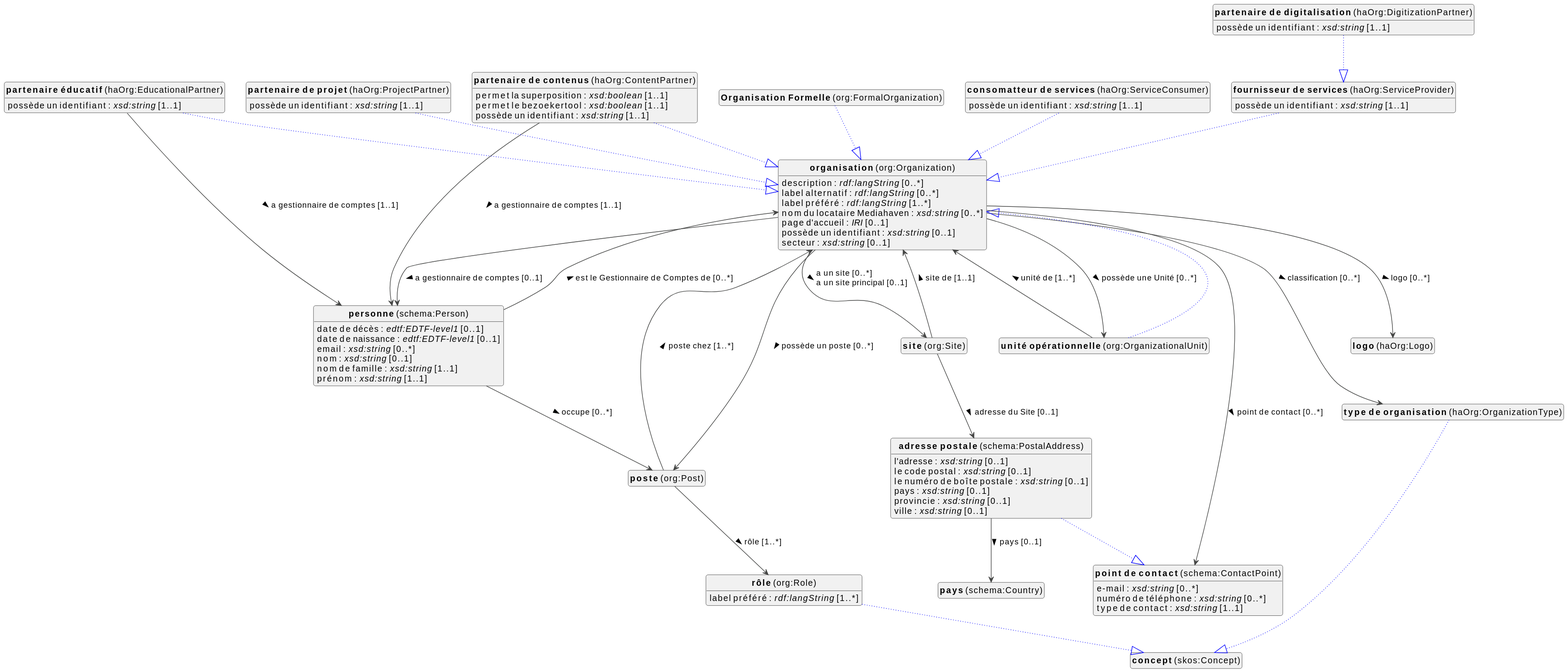
This is docs/metadata/knowledge-graph/0.0.1/organization/fr/organization-diagram.svg from viaacode/documentation-jekyll, a PlantUML export, as it was before one commit.
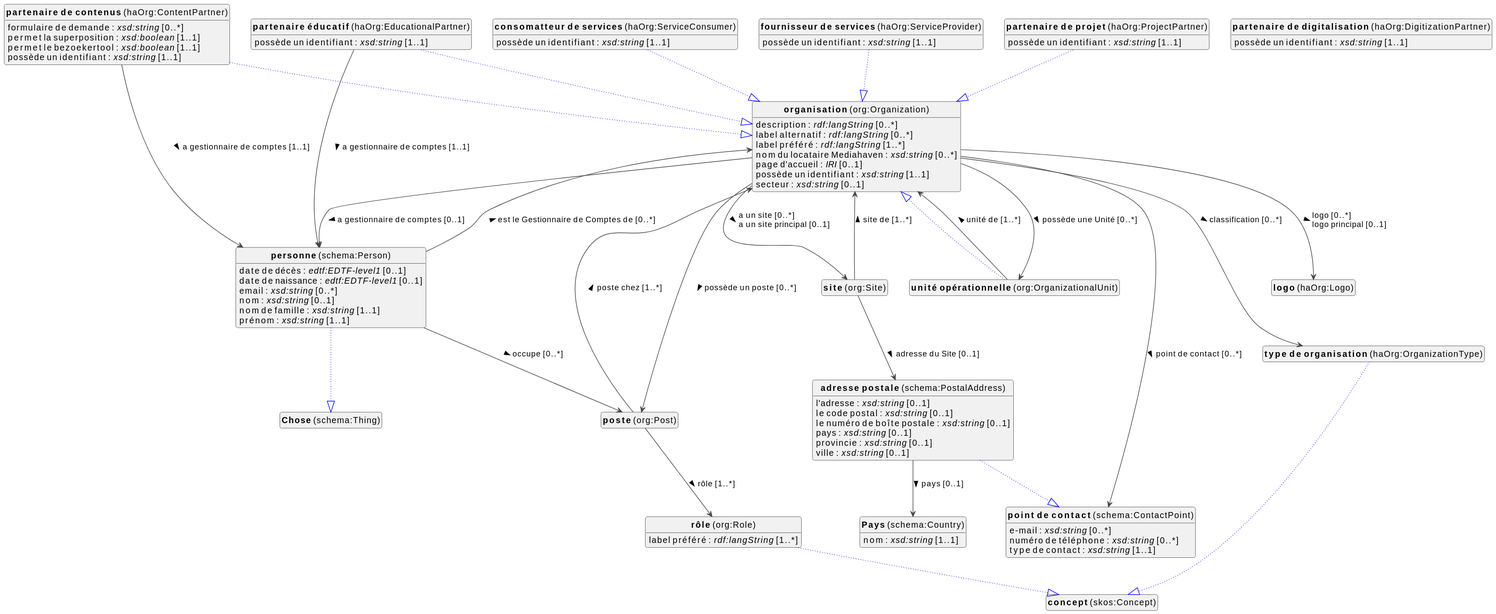
Above is the later version.

The edit, as a diff of the source:
```diff
@@ -10,8 +10,7 @@
 top to bottom direction
 
 
-class "<b>Organisation Formelle</b> (org:FormalOrganization)" as org_FormalOrganization [[#org%3AFormalOrganization]]
-class "<b>organisation</b> (org:Organization)" as org_Organization [[#org%3AOrganization]]
+class "<b>Pays</b> (schema:Country)" as schema_Country [[#schema%3ACountry]]
 class "<b>adresse postale</b> (schema:PostalAddress)" as schema_PostalAddress [[#schema%3APostalAddress]]
 class "<b>point de contact</b> (schema:ContactPoint)" as schema_ContactPoint [[#schema%3AContactPoint]]
 class "<b>consomatteur de services</b> (haOrg:ServiceConsumer)" as haOrg_ServiceConsumer [[#haOrg%3AServiceConsumer]]
@@ -23,13 +22,12 @@
 class "<b>partenaire de contenus</b> (haOrg:ContentPartner)" as haOrg_ContentPartner [[#haOrg%3AContentPartner]]
 class "<b>organisation</b> (org:Organization)" as org_Organization [[#org%3AOrganization]]
 class "<b>partenaire de digitalisation</b> (haOrg:DigitizationPartner)" as haOrg_DigitizationPartner [[#haOrg%3ADigitizationPartner]]
-class "<b>fournisseur de services</b> (haOrg:ServiceProvider)" as haOrg_ServiceProvider [[#haOrg%3AServiceProvider]]
 class "<b>partenaire de projet</b> (haOrg:ProjectPartner)" as haOrg_ProjectPartner [[#haOrg%3AProjectPartner]]
 class "<b>organisation</b> (org:Organization)" as org_Organization [[#org%3AOrganization]]
 class "<b>partenaire éducatif</b> (haOrg:EducationalPartner)" as haOrg_EducationalPartner [[#haOrg%3AEducationalPartner]]
 class "<b>organisation</b> (org:Organization)" as org_Organization [[#org%3AOrganization]]
-class "<b>pays</b> (schema:Country)" as schema_Country [[#schema%3ACountry]]
 class "<b>personne</b> (schema:Person)" as schema_Person [[#schema%3APerson]]
+class "<b>Chose</b> (schema:Thing)" as schema_Thing [[#schema%3AThing]]
 class "<b>point de contact</b> (schema:ContactPoint)" as schema_ContactPoint [[#schema%3AContactPoint]]
 class "<b>poste</b> (org:Post)" as org_Post [[#org%3APost]]
 class "<b>rôle</b> (org:Role)" as org_Role [[#org%3ARole]]
@@ -40,7 +38,8 @@
 class "<b>unité opérationnelle</b> (org:OrganizationalUnit)" as org_OrganizationalUnit [[#org%3AOrganizationalUnit]]
 class "<b>organisation</b> (org:Organization)" as org_Organization [[#org%3AOrganization]]
 
-org_FormalOrganization --|> org_Organization #blue;line.dotted;text:blue
+
+schema_Country : nom : <i>xsd:string</i> [1..1]
 
 
 schema_PostalAddress --|> schema_ContactPoint #blue;line.dotted;text:blue
@@ -72,10 +71,10 @@
 org_Organization : label préféré : <i>rdf:langString</i> [1..*]
 org_Organization : nom du locataire Mediahaven : <i>xsd:string</i> [0..*]
 org_Organization : page d'accueil : <i>IRI</i> [0..1]
-org_Organization : possède un identifiant : <i>xsd:string</i> [0..1]
+org_Organization : possède un identifiant : <i>xsd:string</i> [1..1]
 org_Organization : secteur : <i>xsd:string</i> [0..1]
 
-org_Organization --> haOrg_Logo :logo [0..*]  >
+org_Organization --> haOrg_Logo :logo [0..*]  \llogo principal [0..1]  >
 org_Organization --> haOrg_OrganizationType :classification [0..*]  >
 org_Organization --> org_OrganizationalUnit :possède une Unité [0..*]  >
 org_Organization --> org_Post :possède un poste [0..*]  >
@@ -87,6 +86,7 @@
 
 haOrg_ContentPartner --|> org_Organization #blue;line.dotted;text:blue
 
+haOrg_ContentPartner : formulaire de demande : <i>xsd:string</i> [0..*]
 haOrg_ContentPartner : permet la superposition : <i>xsd:boolean</i> [1..1]
 haOrg_ContentPartner : permet le bezoekertool : <i>xsd:boolean</i> [1..1]
 haOrg_ContentPartner : possède un identifiant : <i>xsd:string</i> [1..1]
@@ -94,7 +94,6 @@
 
 
 
-haOrg_DigitizationPartner --|> haOrg_ServiceProvider #blue;line.dotted;text:blue
 
 haOrg_DigitizationPartner : possède un identifiant : <i>xsd:string</i> [1..1]
 
@@ -110,8 +109,7 @@
 haOrg_EducationalPartner --> schema_Person :a gestionnaire de comptes [1..1]  >
 
 
-
-
+schema_Person --|> schema_Thing #blue;line.dotted;text:blue
 
 schema_Person : date de décès : <i>edtf:EDTF-level1</i> [0..1]
 schema_Person : date de naissance : <i>edtf:EDTF-level1</i> [0..1]
@@ -140,7 +138,7 @@
 
 
 
-org_Site --> org_Organization :site de [1..1]  >
+org_Site --> org_Organization :site de [1..*]  >
 org_Site --> schema_PostalAddress :adresse du Site [0..1]  >
 
 haOrg_OrganizationType --|> skos_Concept #blue;line.dotted;text:blue
```
